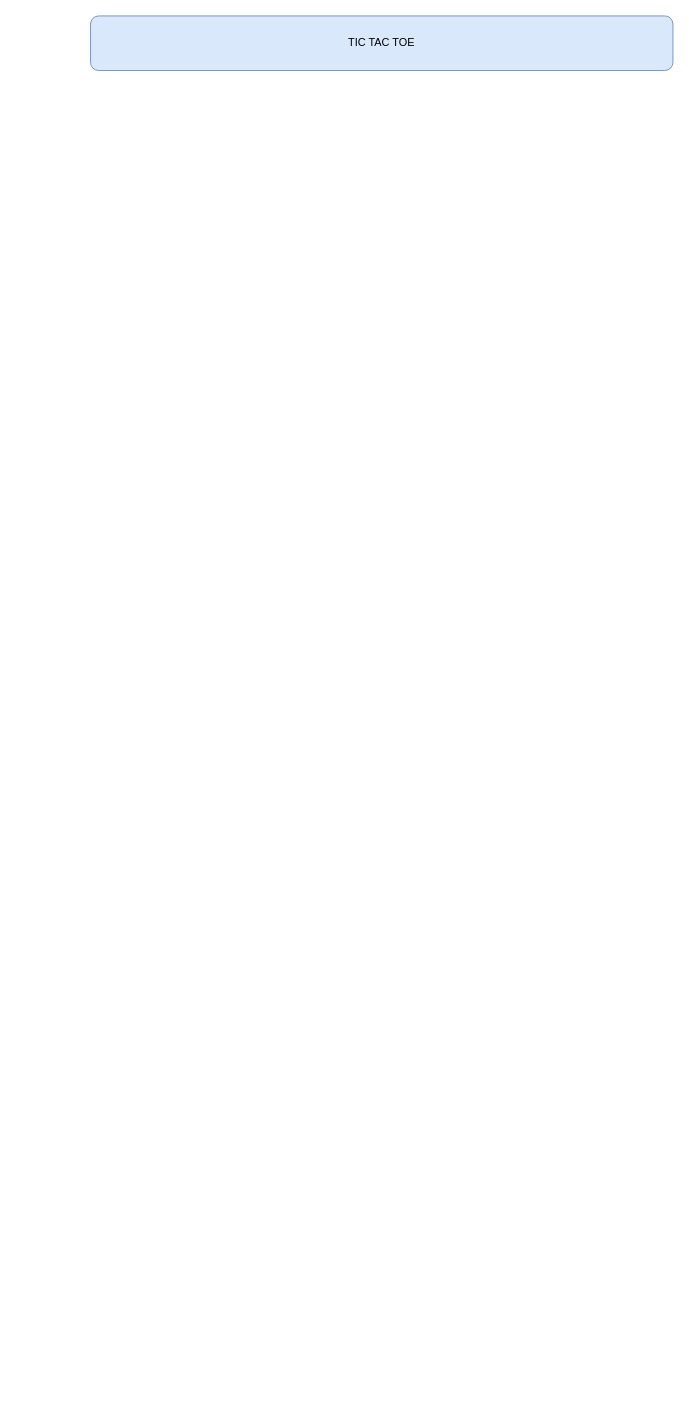
AJenkinsSolutions/Tic-Tac-Toe keeps this draw.io diagram as Design_Diagram.drawio. Above is the earlier version. Source tidied: cells renumbered, new cells numbered last; positions are measured from the earlier drawing's top-left corner, leaving out a move shared by most shapes. Both pictures are drawn from the tidied source at 91%, with x=0, y=0 at pixel (90, 15).
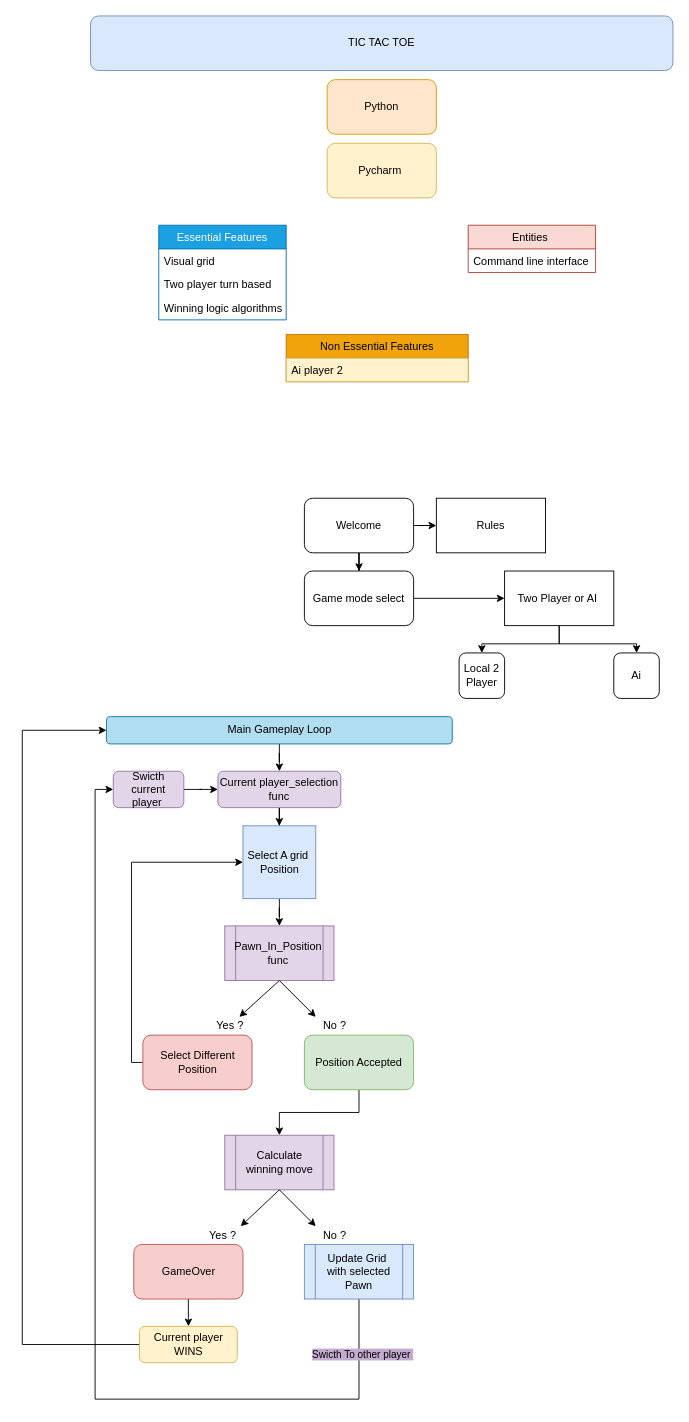
The same diagram, later.

Commit message (it also covers changes not shown here):
Add map Project architecture, Add Essenital Features, Add Essenital Enitites, Add Non Essential Features, Project Scope and tools

What changed in the source:
```diff
@@
+    <mxCell id="3" value="Python" style="rounded=1;whiteSpace=wrap;html=1;fillColor=#ffe6cc;strokeColor=#d79b00;" parent="1" vertex="1">
+      <mxGeometry x="260" y="70" width="120" height="60" as="geometry" />
+    </mxCell>
+    <mxCell id="4" value="Pycharm&amp;nbsp;" style="rounded=1;whiteSpace=wrap;html=1;fillColor=#fff2cc;strokeColor=#d6b656;" parent="1" vertex="1">
+      <mxGeometry x="260" y="140" width="120" height="60" as="geometry" />
+    </mxCell>
+    <mxCell id="5" value="Essential Features" style="swimlane;fontStyle=0;horizontal=1;startSize=26;fillColor=#1ba1e2;strokeColor=#006EAF;fontColor=#ffffff;" parent="1" vertex="1">
+      <mxGeometry x="75" y="230" width="140" height="104" as="geometry" />
+    </mxCell>
+    <mxCell id="6" value="Visual grid " style="text;align=left;verticalAlign=top;spacingLeft=4;spacingRight=4;overflow=hidden;" parent="5" vertex="1">
+      <mxGeometry y="26" width="140" height="26" as="geometry" />
+    </mxCell>
+    <mxCell id="7" value="Two player turn based &#10;" style="text;align=left;verticalAlign=top;spacingLeft=4;spacingRight=4;overflow=hidden;" parent="5" vertex="1">
+      <mxGeometry y="52" width="140" height="26" as="geometry" />
+    </mxCell>
+    <mxCell id="8" value="Winning logic algorithms " style="text;align=left;verticalAlign=top;spacingLeft=4;spacingRight=4;overflow=hidden;" parent="5" vertex="1">
+      <mxGeometry y="78" width="140" height="26" as="geometry" />
+    </mxCell>
+    <mxCell id="9" value="Entities " style="swimlane;fontStyle=0;horizontal=1;startSize=26;fillColor=#fad9d5;strokeColor=#ae4132;" parent="1" vertex="1">
+      <mxGeometry x="415" y="230" width="140" height="52" as="geometry" />
+    </mxCell>
+    <mxCell id="10" value="Command line interface" style="text;align=left;verticalAlign=top;spacingLeft=4;spacingRight=4;overflow=hidden;" parent="9" vertex="1">
+      <mxGeometry y="26" width="140" height="26" as="geometry" />
+    </mxCell>
+    <mxCell id="11" value="Non Essential Features" style="swimlane;fontStyle=0;horizontal=1;startSize=26;fillColor=#f0a30a;strokeColor=#BD7000;fontColor=#000000;" parent="1" vertex="1">
+      <mxGeometry x="215" y="350" width="200" height="52" as="geometry" />
+    </mxCell>
+    <mxCell id="12" value="Ai player 2" style="text;strokeColor=#d6b656;fillColor=#fff2cc;align=left;verticalAlign=top;spacingLeft=4;spacingRight=4;overflow=hidden;" parent="11" vertex="1">
+      <mxGeometry y="26" width="200" height="26" as="geometry" />
+    </mxCell>
+    <mxCell id="13" style="edgeStyle=orthogonalEdgeStyle;rounded=0;jettySize=auto;html=1;exitX=1;exitY=0.5;exitDx=0;exitDy=0;" parent="1" edge="1" source="15" target="16">
+      <mxGeometry relative="1" as="geometry" />
+    </mxCell>
+    <mxCell id="14" style="edgeStyle=orthogonalEdgeStyle;rounded=0;jettySize=auto;html=1;entryX=0.5;entryY=0;entryDx=0;entryDy=0;" parent="1" edge="1" source="15" target="18">
+      <mxGeometry relative="1" as="geometry" />
+    </mxCell>
+    <mxCell id="15" value="Welcome" style="rounded=1;whiteSpace=wrap;html=1;" parent="1" vertex="1">
+      <mxGeometry x="235" y="530" width="120" height="60" as="geometry" />
+    </mxCell>
+    <mxCell id="16" value="Rules" style="rounded=0;whiteSpace=wrap;html=1;" parent="1" vertex="1">
+      <mxGeometry x="380" y="530" width="120" height="60" as="geometry" />
+    </mxCell>
+    <mxCell id="17" style="edgeStyle=orthogonalEdgeStyle;rounded=0;jettySize=auto;html=1;exitX=1;exitY=0.5;exitDx=0;exitDy=0;entryX=0;entryY=0.5;entryDx=0;entryDy=0;" parent="1" edge="1" source="18" target="21">
+      <mxGeometry relative="1" as="geometry" />
+    </mxCell>
+    <mxCell id="18" value="Game mode select" style="rounded=1;whiteSpace=wrap;html=1;" parent="1" vertex="1">
+      <mxGeometry x="235" y="610" width="120" height="60" as="geometry" />
+    </mxCell>
+    <mxCell id="19" style="edgeStyle=orthogonalEdgeStyle;rounded=0;jettySize=auto;html=1;" parent="1" edge="1" source="21" target="23">
+      <mxGeometry relative="1" as="geometry">
+        <Array as="points">
+          <mxPoint x="515" y="690" />
+          <mxPoint x="430" y="690" />
+        </Array>
+      </mxGeometry>
+    </mxCell>
+    <mxCell id="20" style="edgeStyle=orthogonalEdgeStyle;rounded=0;jettySize=auto;html=1;exitX=0.5;exitY=1;exitDx=0;exitDy=0;entryX=0.5;entryY=0;entryDx=0;entryDy=0;" parent="1" edge="1" source="21" target="22">
+      <mxGeometry relative="1" as="geometry">
+        <Array as="points">
+          <mxPoint x="515" y="690" />
+          <mxPoint x="600" y="690" />
+        </Array>
+      </mxGeometry>
+    </mxCell>
+    <mxCell id="21" value="Two Player or AI&amp;nbsp;" style="rounded=0;whiteSpace=wrap;html=1;" parent="1" vertex="1">
+      <mxGeometry x="455" y="610" width="120" height="60" as="geometry" />
+    </mxCell>
+    <mxCell id="22" value="Ai" style="rounded=1;whiteSpace=wrap;html=1;" parent="1" vertex="1">
+      <mxGeometry x="575" y="700" width="50" height="50" as="geometry" />
+    </mxCell>
+    <mxCell id="23" value="Local 2 Player" style="rounded=1;whiteSpace=wrap;html=1;" parent="1" vertex="1">
+      <mxGeometry x="405" y="700" width="50" height="50" as="geometry" />
+    </mxCell>
+    <mxCell id="24" style="edgeStyle=orthogonalEdgeStyle;rounded=0;jettySize=auto;html=1;" parent="1" edge="1" source="25" target="27">
+      <mxGeometry relative="1" as="geometry" />
+    </mxCell>
+    <mxCell id="25" value="Main Gameplay Loop" style="rounded=1;whiteSpace=wrap;html=1;fillColor=#b1ddf0;strokeColor=#10739e;" parent="1" vertex="1">
+      <mxGeometry x="17.5" y="770" width="380" height="30" as="geometry" />
+    </mxCell>
+    <mxCell id="26" style="edgeStyle=orthogonalEdgeStyle;rounded=0;jettySize=auto;html=1;" parent="1" edge="1" source="27" target="29">
+      <mxGeometry relative="1" as="geometry" />
+    </mxCell>
+    <mxCell id="27" value="Current player_selection&lt;br&gt;func" style="rounded=1;whiteSpace=wrap;html=1;fillColor=#e1d5e7;strokeColor=#9673a6;" parent="1" vertex="1">
+      <mxGeometry x="140" y="830" width="135" height="40" as="geometry" />
+    </mxCell>
+    <mxCell id="28" style="edgeStyle=orthogonalEdgeStyle;rounded=0;jettySize=auto;html=1;" parent="1" edge="1" source="29" target="30">
+      <mxGeometry relative="1" as="geometry" />
+    </mxCell>
+    <mxCell id="29" value="Select A grid&amp;nbsp;&lt;br&gt;Position" style="whiteSpace=wrap;html=1;fillColor=#dae8fc;strokeColor=#6c8ebf;" parent="1" vertex="1">
+      <mxGeometry x="167.5" y="890" width="80" height="80" as="geometry" />
+    </mxCell>
+    <mxCell id="30" value="Pawn_In_Position&amp;nbsp;&lt;br&gt;func&amp;nbsp;" style="shape=process;whiteSpace=wrap;html=1;backgroundOutline=1;fillColor=#e1d5e7;strokeColor=#9673a6;" parent="1" vertex="1">
+      <mxGeometry x="147.5" y="1000" width="120" height="60" as="geometry" />
+    </mxCell>
+    <mxCell id="31" style="endArrow=classic;html=1;exitX=0.5;exitY=1;exitDx=0;exitDy=0;" parent="1" edge="1" source="30" target="32">
+      <mxGeometry relative="1" as="geometry" />
+    </mxCell>
+    <mxCell id="32" value="Yes ?" style="text;html=1;align=center;verticalAlign=middle;points=[];strokeColor=none;fillColor=none;" parent="1" vertex="1">
+      <mxGeometry x="127.5" y="1100" width="50" height="20" as="geometry" />
+    </mxCell>
+    <mxCell id="33" style="endArrow=classic;html=1;exitX=0.5;exitY=1;exitDx=0;exitDy=0;" parent="1" edge="1" source="30">
+      <mxGeometry relative="1" as="geometry">
+        <mxPoint x="247.5" y="1100" as="targetPoint" />
+      </mxGeometry>
+    </mxCell>
+    <mxCell id="34" value="No ?" style="text;html=1;align=center;verticalAlign=middle;strokeColor=none;fillColor=none;" parent="1" vertex="1">
+      <mxGeometry x="247.5" y="1100" width="40" height="20" as="geometry" />
+    </mxCell>
+    <mxCell id="35" style="edgeStyle=orthogonalEdgeStyle;rounded=0;jettySize=auto;html=1;entryX=0;entryY=0.5;entryDx=0;entryDy=0;" parent="1" edge="1" source="36" target="29">
+      <mxGeometry relative="1" as="geometry">
+        <Array as="points">
+          <mxPoint x="45" y="1150" />
+          <mxPoint x="45" y="930" />
+        </Array>
+      </mxGeometry>
+    </mxCell>
+    <mxCell id="36" value="Select Different&lt;br&gt;Position" style="rounded=1;whiteSpace=wrap;html=1;fillColor=#f8cecc;strokeColor=#b85450;" parent="1" vertex="1">
+      <mxGeometry x="57.5" y="1120" width="120" height="60" as="geometry" />
+    </mxCell>
+    <mxCell id="37" style="edgeStyle=orthogonalEdgeStyle;rounded=0;jettySize=auto;html=1;" parent="1" edge="1" source="38" target="39">
+      <mxGeometry relative="1" as="geometry" />
+    </mxCell>
+    <mxCell id="38" value="Position Accepted" style="rounded=1;whiteSpace=wrap;html=1;fillColor=#d5e8d4;strokeColor=#82b366;" parent="1" vertex="1">
+      <mxGeometry x="235" y="1120" width="120" height="60" as="geometry" />
+    </mxCell>
+    <mxCell id="39" value="Calculate winning move" style="shape=process;whiteSpace=wrap;html=1;backgroundOutline=1;fillColor=#e1d5e7;strokeColor=#9673a6;" parent="1" vertex="1">
+      <mxGeometry x="147.5" y="1230" width="120" height="60" as="geometry" />
+    </mxCell>
+    <mxCell id="40" style="endArrow=classic;html=1;exitX=0.5;exitY=1;exitDx=0;exitDy=0;" parent="1" edge="1" source="39">
+      <mxGeometry relative="1" as="geometry">
+        <mxPoint x="165" y="1330" as="targetPoint" />
+      </mxGeometry>
+    </mxCell>
+    <mxCell id="41" value="Yes ?" style="text;html=1;align=center;verticalAlign=middle;strokeColor=none;fillColor=none;" parent="1" vertex="1">
+      <mxGeometry x="120" y="1330" width="50" height="20" as="geometry" />
+    </mxCell>
+    <mxCell id="42" style="endArrow=classic;html=1;exitX=0.5;exitY=1;exitDx=0;exitDy=0;" parent="1" edge="1" source="39">
+      <mxGeometry relative="1" as="geometry">
+        <mxPoint x="247.5" y="1330" as="targetPoint" />
+      </mxGeometry>
+    </mxCell>
+    <mxCell id="43" value="No ?" style="text;html=1;align=center;verticalAlign=middle;strokeColor=none;fillColor=none;" parent="1" vertex="1">
+      <mxGeometry x="247.5" y="1330" width="40" height="20" as="geometry" />
+    </mxCell>
+    <mxCell id="44" style="edgeStyle=orthogonalEdgeStyle;rounded=0;jettySize=auto;html=1;" parent="1" edge="1" source="45" target="47">
+      <mxGeometry relative="1" as="geometry" />
+    </mxCell>
+    <mxCell id="45" value="GameOver" style="rounded=1;whiteSpace=wrap;html=1;fillColor=#f8cecc;strokeColor=#b85450;" parent="1" vertex="1">
+      <mxGeometry x="47.5" y="1350" width="120" height="60" as="geometry" />
+    </mxCell>
+    <mxCell id="46" style="edgeStyle=orthogonalEdgeStyle;rounded=0;jettySize=auto;html=1;entryX=0;entryY=0.5;entryDx=0;entryDy=0;" parent="1" edge="1" source="47" target="25">
+      <mxGeometry relative="1" as="geometry">
+        <Array as="points">
+          <mxPoint x="-75" y="1460" />
+          <mxPoint x="-75" y="785" />
+        </Array>
+      </mxGeometry>
+    </mxCell>
+    <mxCell id="47" value="Current player WINS" style="rounded=1;whiteSpace=wrap;html=1;fillColor=#fff2cc;strokeColor=#d6b656;" parent="1" vertex="1">
+      <mxGeometry x="53.8" y="1440" width="107.5" height="40" as="geometry" />
+    </mxCell>
+    <mxCell id="48" style="edgeStyle=orthogonalEdgeStyle;rounded=0;jettySize=auto;html=1;" parent="1" edge="1" source="50" target="52">
+      <mxGeometry relative="1" as="geometry">
+        <Array as="points">
+          <mxPoint x="295" y="1520" />
+          <mxPoint x="5" y="1520" />
+          <mxPoint x="5" y="850" />
+        </Array>
+      </mxGeometry>
+    </mxCell>
+    <mxCell id="49" value="Swicth To other player&amp;nbsp;" style="edgeLabel;html=1;align=center;verticalAlign=middle;labelBackgroundColor=#C3ABD0;" parent="48" vertex="1">
+      <mxGeometry x="-0.89" y="3" relative="1" as="geometry" />
+    </mxCell>
+    <mxCell id="50" value="Update Grid&amp;nbsp;&lt;br&gt;with selected Pawn" style="shape=process;whiteSpace=wrap;html=1;backgroundOutline=1;fillColor=#dae8fc;strokeColor=#6c8ebf;" parent="1" vertex="1">
+      <mxGeometry x="235" y="1350" width="120" height="60" as="geometry" />
+    </mxCell>
+    <mxCell id="51" style="edgeStyle=orthogonalEdgeStyle;rounded=0;jettySize=auto;html=1;entryX=0;entryY=0.5;entryDx=0;entryDy=0;" parent="1" edge="1" source="52" target="27">
+      <mxGeometry relative="1" as="geometry" />
+    </mxCell>
+    <mxCell id="52" value="Swicth current player&amp;nbsp;" style="rounded=1;whiteSpace=wrap;html=1;fillColor=#e1d5e7;strokeColor=#9673a6;" parent="1" vertex="1">
+      <mxGeometry x="25" y="830" width="77.5" height="40" as="geometry" />
+    </mxCell>
```
